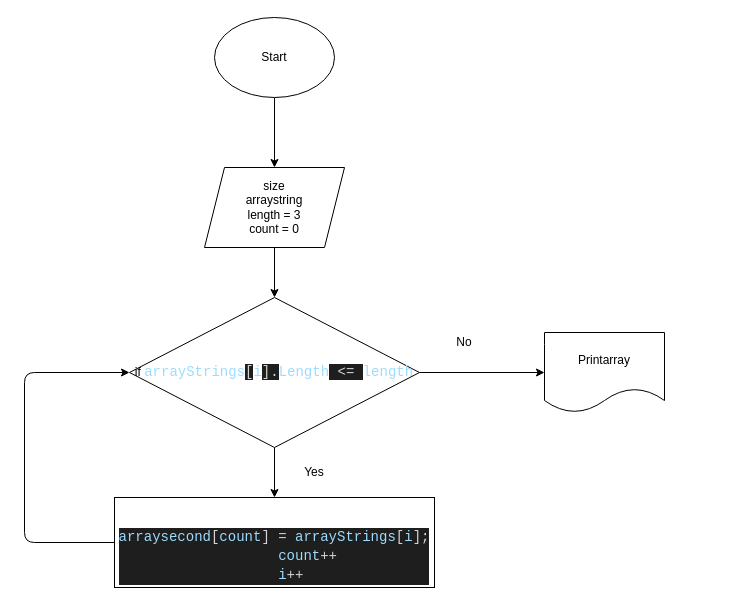
Earlier version of the draw.io diagram flowchart.drawio (Nifreeone/Final-homework). Source tidied: cells renumbered, new cells numbered last; positions are measured from the earlier drawing's top-left corner, leaving out a move shared by most shapes. Both pictures are drawn from the tidied source at 100%, with x=0, y=0 at pixel (24, 17).
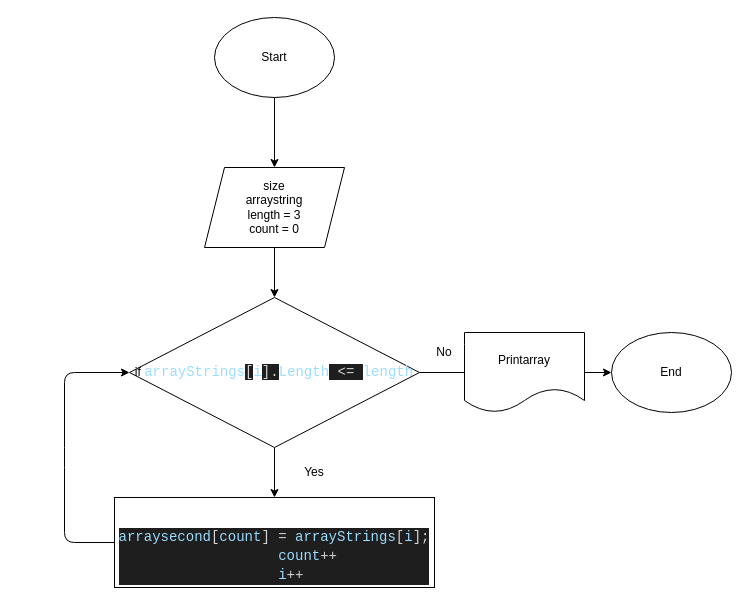
The same diagram, later.

Change to the diagram source:
```diff
@@
 <mxGraphModel>
   <root>
     <mxCell id="0" />
     <mxCell id="1" parent="0" />
     <mxCell id="2" style="edgeStyle=none;html=1;exitX=0.5;exitY=1;exitDx=0;exitDy=0;entryX=0.5;entryY=0;entryDx=0;entryDy=0;" parent="1" edge="1" source="3" target="5">
       <mxGeometry relative="1" as="geometry" />
     </mxCell>
     <mxCell id="3" value="Start" style="ellipse;whiteSpace=wrap;html=1;" parent="1" vertex="1">
       <mxGeometry x="190" width="120" height="80" as="geometry" />
     </mxCell>
     <mxCell id="4" style="edgeStyle=none;html=1;exitX=0.5;exitY=1;exitDx=0;exitDy=0;entryX=0.5;entryY=0;entryDx=0;entryDy=0;" parent="1" edge="1" source="5" target="8">
       <mxGeometry relative="1" as="geometry" />
     </mxCell>
     <mxCell id="5" value="size&lt;br&gt;arraystring&lt;br&gt;length = 3&lt;br&gt;count = 0&lt;br&gt;" style="shape=parallelogram;perimeter=parallelogramPerimeter;whiteSpace=wrap;html=1;fixedSize=1;" parent="1" vertex="1">
       <mxGeometry x="180" y="150" width="140" height="80" as="geometry" />
     </mxCell>
     <mxCell id="6" style="edgeStyle=none;html=1;exitX=0.5;exitY=1;exitDx=0;exitDy=0;entryX=0.5;entryY=0;entryDx=0;entryDy=0;" parent="1" edge="1" source="8" target="10">
       <mxGeometry relative="1" as="geometry" />
     </mxCell>
-    <mxCell id="7" style="edgeStyle=none;html=1;exitX=1;exitY=0.5;exitDx=0;exitDy=0;" parent="1" edge="1" source="8">
+    <mxCell id="7" style="edgeStyle=none;html=1;exitX=1;exitY=0.5;exitDx=0;exitDy=0;startArrow=none;" parent="1" edge="1" source="13">
       <mxGeometry relative="1" as="geometry">
         <mxPoint x="520" y="355" as="targetPoint" />
       </mxGeometry>
     </mxCell>
     <mxCell id="8" value="if&amp;nbsp;&lt;span style=&quot;font-family: &amp;#34;consolas&amp;#34; , &amp;#34;courier new&amp;#34; , monospace ; font-size: 14px ; color: rgb(156 , 220 , 254)&quot;&gt;arrayStrings&lt;/span&gt;&lt;span style=&quot;background-color: rgb(30 , 30 , 30) ; color: rgb(212 , 212 , 212) ; font-family: &amp;#34;consolas&amp;#34; , &amp;#34;courier new&amp;#34; , monospace ; font-size: 14px&quot;&gt;[&lt;/span&gt;&lt;span style=&quot;font-family: &amp;#34;consolas&amp;#34; , &amp;#34;courier new&amp;#34; , monospace ; font-size: 14px ; color: rgb(156 , 220 , 254)&quot;&gt;i&lt;/span&gt;&lt;span style=&quot;background-color: rgb(30 , 30 , 30) ; color: rgb(212 , 212 , 212) ; font-family: &amp;#34;consolas&amp;#34; , &amp;#34;courier new&amp;#34; , monospace ; font-size: 14px&quot;&gt;]&lt;/span&gt;&lt;span style=&quot;background-color: rgb(30 , 30 , 30) ; color: rgb(212 , 212 , 212) ; font-family: &amp;#34;consolas&amp;#34; , &amp;#34;courier new&amp;#34; , monospace ; font-size: 14px&quot;&gt;.&lt;/span&gt;&lt;span style=&quot;font-family: &amp;#34;consolas&amp;#34; , &amp;#34;courier new&amp;#34; , monospace ; font-size: 14px ; color: rgb(156 , 220 , 254)&quot;&gt;Length&lt;/span&gt;&lt;span style=&quot;background-color: rgb(30 , 30 , 30) ; color: rgb(212 , 212 , 212) ; font-family: &amp;#34;consolas&amp;#34; , &amp;#34;courier new&amp;#34; , monospace ; font-size: 14px&quot;&gt; &lt;/span&gt;&lt;span style=&quot;background-color: rgb(30 , 30 , 30) ; color: rgb(212 , 212 , 212) ; font-family: &amp;#34;consolas&amp;#34; , &amp;#34;courier new&amp;#34; , monospace ; font-size: 14px&quot;&gt;&amp;lt;=&lt;/span&gt;&lt;span style=&quot;background-color: rgb(30 , 30 , 30) ; color: rgb(212 , 212 , 212) ; font-family: &amp;#34;consolas&amp;#34; , &amp;#34;courier new&amp;#34; , monospace ; font-size: 14px&quot;&gt; &lt;/span&gt;&lt;span style=&quot;font-family: &amp;#34;consolas&amp;#34; , &amp;#34;courier new&amp;#34; , monospace ; font-size: 14px ; color: rgb(156 , 220 , 254)&quot;&gt;length&lt;/span&gt;" style="rhombus;whiteSpace=wrap;html=1;" parent="1" vertex="1">
       <mxGeometry x="105" y="280" width="290" height="150" as="geometry" />
     </mxCell>
     <mxCell id="9" style="edgeStyle=none;html=1;exitX=0;exitY=0.5;exitDx=0;exitDy=0;entryX=0;entryY=0.5;entryDx=0;entryDy=0;" parent="1" edge="1" source="10" target="8">
       <mxGeometry relative="1" as="geometry">
         <Array as="points">
-          <mxPoint y="525" />
-          <mxPoint y="355" />
+          <mxPoint x="40" y="525" />
+          <mxPoint x="40" y="440" />
+          <mxPoint x="40" y="355" />
         </Array>
       </mxGeometry>
     </mxCell>
     <mxCell id="10" value="&lt;br&gt;&lt;br&gt;&lt;div style=&quot;color: rgb(212 , 212 , 212) ; background-color: rgb(30 , 30 , 30) ; font-family: &amp;#34;consolas&amp;#34; , &amp;#34;courier new&amp;#34; , monospace ; font-weight: normal ; font-size: 14px ; line-height: 19px&quot;&gt;&lt;div&gt;&lt;span style=&quot;color: #9cdcfe&quot;&gt;arraysecond&lt;/span&gt;&lt;span style=&quot;color: #d4d4d4&quot;&gt;[&lt;/span&gt;&lt;span style=&quot;color: #9cdcfe&quot;&gt;count&lt;/span&gt;&lt;span style=&quot;color: #d4d4d4&quot;&gt;] &lt;/span&gt;&lt;span style=&quot;color: #d4d4d4&quot;&gt;=&lt;/span&gt;&lt;span style=&quot;color: #d4d4d4&quot;&gt; &lt;/span&gt;&lt;span style=&quot;color: #9cdcfe&quot;&gt;arrayStrings&lt;/span&gt;&lt;span style=&quot;color: #d4d4d4&quot;&gt;[&lt;/span&gt;&lt;span style=&quot;color: #9cdcfe&quot;&gt;i&lt;/span&gt;&lt;span style=&quot;color: #d4d4d4&quot;&gt;];&lt;/span&gt;&lt;/div&gt;&lt;div&gt;&lt;span style=&quot;color: #d4d4d4&quot;&gt;&amp;nbsp; &amp;nbsp; &amp;nbsp; &amp;nbsp; &lt;/span&gt;&lt;span style=&quot;color: #9cdcfe&quot;&gt;count&lt;/span&gt;&lt;span style=&quot;color: #d4d4d4&quot;&gt;++&lt;/span&gt;&lt;/div&gt;&lt;div&gt;&lt;div style=&quot;font-family: &amp;#34;consolas&amp;#34; , &amp;#34;courier new&amp;#34; , monospace ; line-height: 19px&quot;&gt;&lt;span style=&quot;color: #9cdcfe&quot;&gt;&amp;nbsp; &amp;nbsp; i&lt;/span&gt;++&lt;/div&gt;&lt;/div&gt;&lt;/div&gt;" style="rounded=0;whiteSpace=wrap;html=1;" parent="1" vertex="1">
       <mxGeometry x="90" y="480" width="320" height="90" as="geometry" />
     </mxCell>
     <mxCell id="11" value="Yes" style="text;html=1;strokeColor=none;fillColor=none;align=center;verticalAlign=middle;whiteSpace=wrap;rounded=0;" parent="1" vertex="1">
       <mxGeometry x="260" y="440" width="60" height="30" as="geometry" />
     </mxCell>
     <mxCell id="12" value="No" style="text;html=1;strokeColor=none;fillColor=none;align=center;verticalAlign=middle;whiteSpace=wrap;rounded=0;" parent="1" vertex="1">
-      <mxGeometry x="410" y="310" width="60" height="30" as="geometry" />
+      <mxGeometry x="390" y="320" width="60" height="30" as="geometry" />
     </mxCell>
+    <mxCell id="14" style="edgeStyle=none;html=1;exitX=1;exitY=0.5;exitDx=0;exitDy=0;entryX=0;entryY=0.5;entryDx=0;entryDy=0;" parent="1" edge="1" source="13" target="15">
+      <mxGeometry relative="1" as="geometry" />
+    </mxCell>
+    <mxCell id="15" value="End" style="ellipse;whiteSpace=wrap;html=1;" parent="1" vertex="1">
+      <mxGeometry x="587" y="315" width="120" height="80" as="geometry" />
+    </mxCell>
     <mxCell id="13" value="Printarray" style="shape=document;whiteSpace=wrap;html=1;boundedLbl=1;" parent="1" vertex="1">
-      <mxGeometry x="520" y="315" width="120" height="80" as="geometry" />
+      <mxGeometry x="440" y="315" width="120" height="80" as="geometry" />
     </mxCell>
+    <mxCell id="16" style="edgeStyle=none;html=1;exitX=1;exitY=0.5;exitDx=0;exitDy=0;endArrow=none;" parent="1" edge="1" source="8" target="13">
+      <mxGeometry relative="1" as="geometry" />
+    </mxCell>
   </root>
 </mxGraphModel>
```
